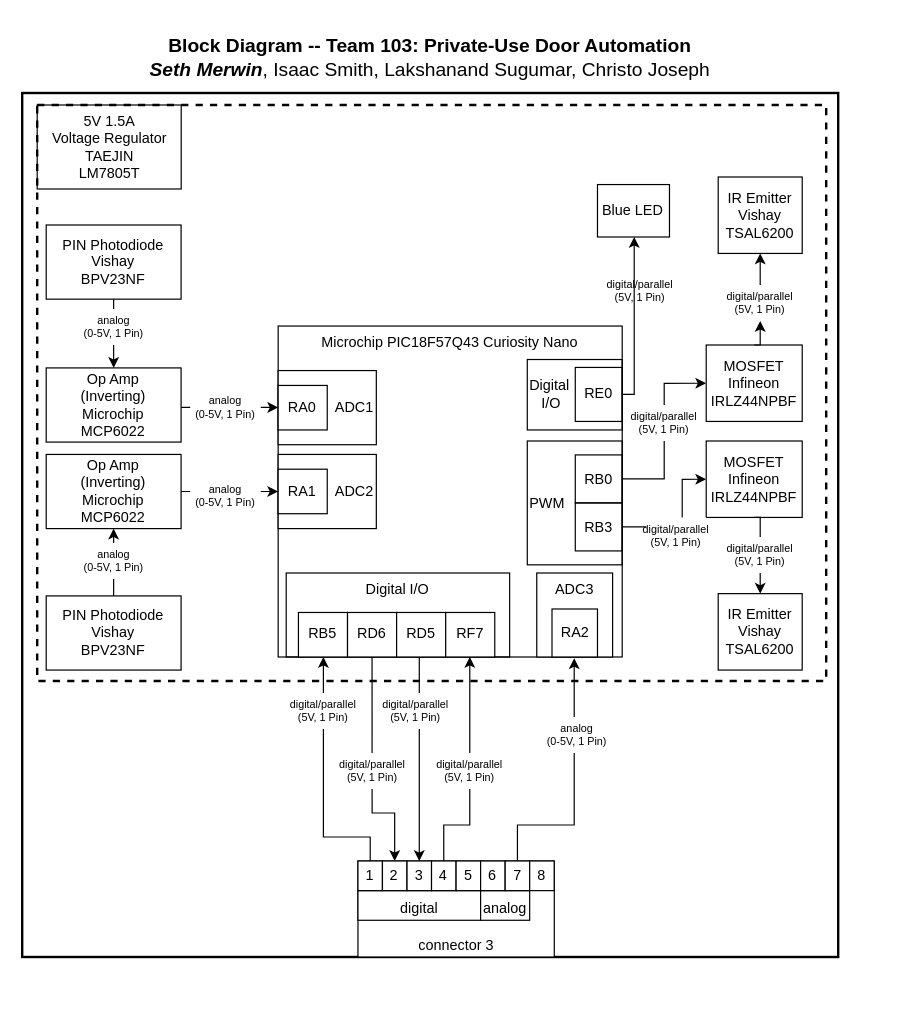
The draw.io diagram docs/01-Block-Diagram/Distance_Sensing Subsystem Block Diagram.drawio in samerwin1/samerwin1.github.io, before the edit. Source tidied: cells renumbered, new cells numbered last; positions are measured from the earlier drawing's top-left corner, leaving out a move shared by most shapes. Both pictures are drawn from the tidied source at 120%, with x=0, y=0 at pixel (22, 20).
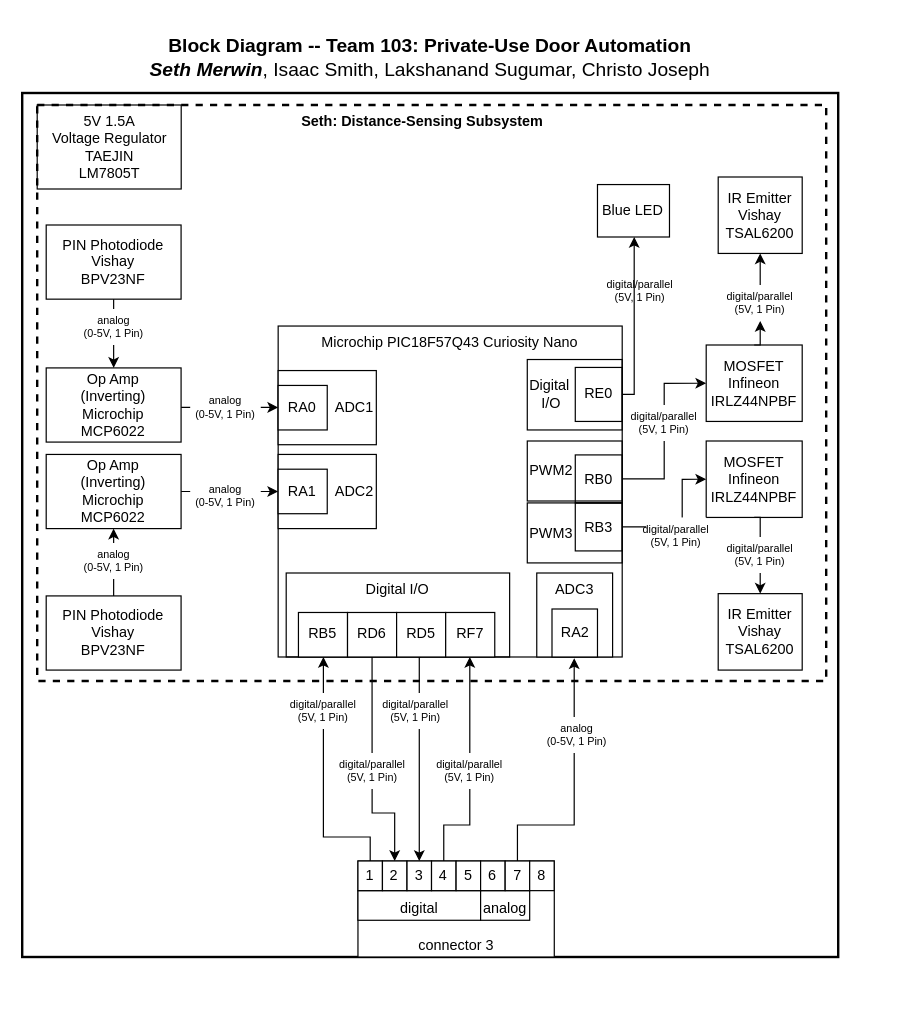
After the change.

Commit message (it also covers changes not shown here):
Updated block diagram

The change refers to these unchanged cells:
```xml
<mxCell id="4" style="group;align=center;strokeColor=none;" parent="1" vertex="1">
  <mxGeometry x="60" y="180" width="670" height="640" as="geometry" />
</mxCell>
```

Diff of the diagram source:
```diff
@@
-    <mxCell id="54" value="&lt;div style=&quot;&quot;&gt;PWM&lt;/div&gt;" style="text;html=1;align=left;verticalAlign=middle;whiteSpace=wrap;rounded=0;strokeColor=default;" parent="4" vertex="1">
-      <mxGeometry x="360.9" y="170" width="79.1" height="103.2" as="geometry" />
+    <mxCell id="54" value="&lt;div style=&quot;&quot;&gt;PWM2&lt;/div&gt;" style="text;html=1;align=left;verticalAlign=middle;whiteSpace=wrap;rounded=0;strokeColor=default;" parent="4" vertex="1">
+      <mxGeometry x="360.9" y="170" width="79.1" height="50" as="geometry" />
     </mxCell>
@@
+    <mxCell id="74" value="&lt;div style=&quot;&quot;&gt;PWM3&lt;/div&gt;" style="text;html=1;align=left;verticalAlign=middle;whiteSpace=wrap;rounded=0;strokeColor=default;" parent="4" vertex="1">
+      <mxGeometry x="360.9" y="221.6" width="79.1" height="50" as="geometry" />
+    </mxCell>
@@
+    <mxCell id="75" value="&lt;b&gt;Seth: Distance-Sensing Subsystem&lt;/b&gt;" style="text;whiteSpace=wrap;html=1;" parent="1" vertex="1">
+      <mxGeometry x="231.2" y="70" width="220" height="40" as="geometry" />
+    </mxCell>
```
